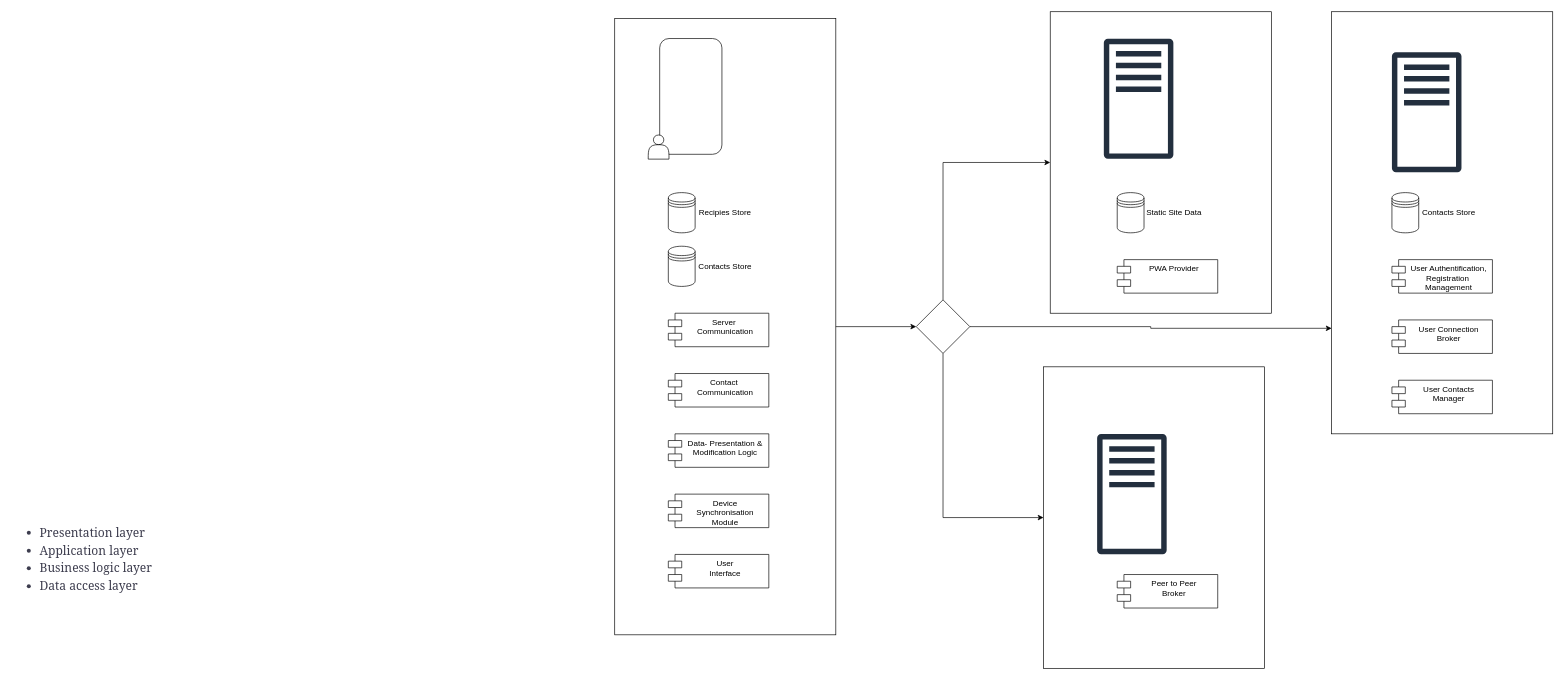
Above: page "V2" (2 of 4) of Artefakte/Systemarchitektur/PPSS21_Mai_Systemarchitektur.drawio in Inf166/design-concept-sharing-recipes (draw.io), before the change. Source tidied: cells renumbered, new cells numbered last; positions are measured from the earlier drawing's top-left corner, leaving out a move shared by most shapes. Both pictures are drawn from the tidied source at 67%, with x=0, y=0 at pixel (11, 11).
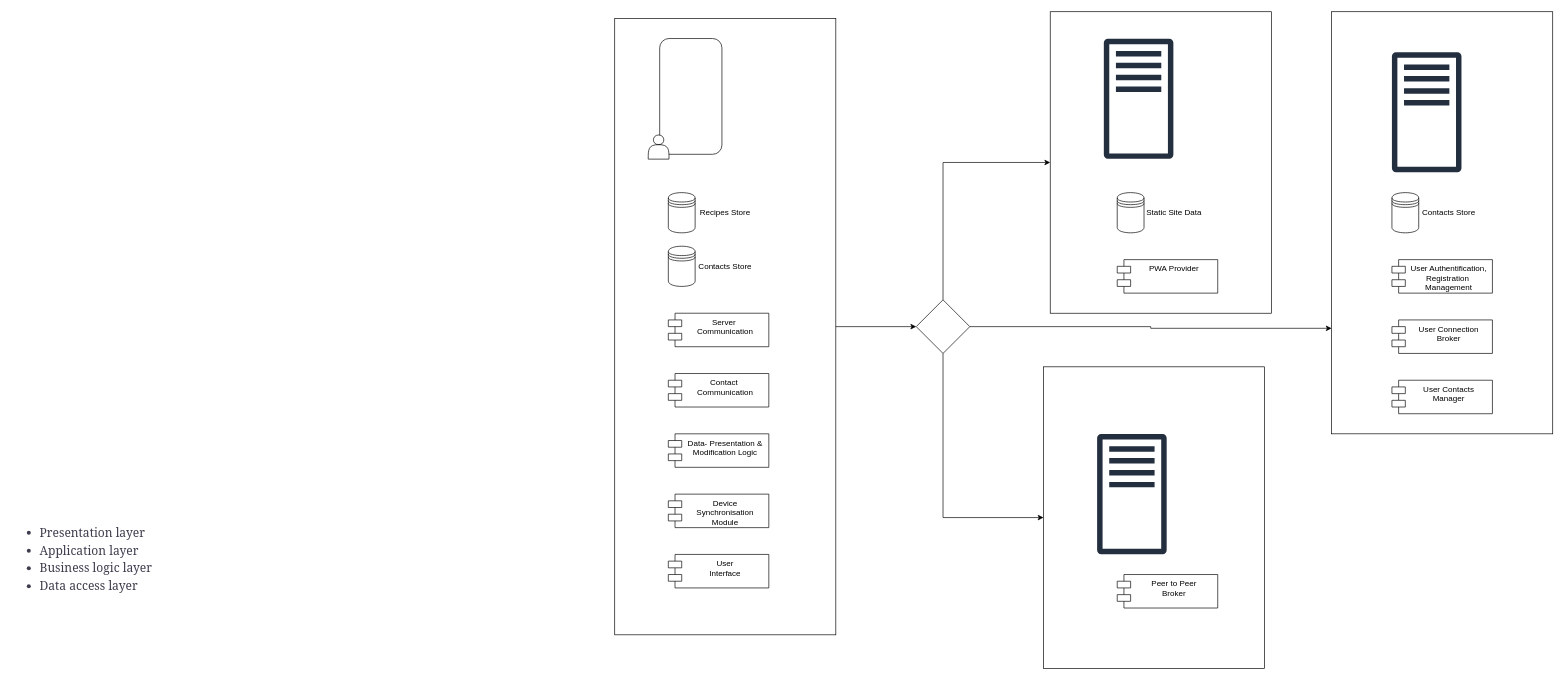
Above is the later version.

Unchanged cells that the change refers to:
```xml
<mxCell id="10" style="group;" parent="1" vertex="1">
  <mxGeometry x="980" y="270" width="130" height="60" as="geometry" />
</mxCell>
```

Diff of the diagram source:
```diff
@@
-    <mxCell id="12" value="Recipies Store" style="text;html=1;strokeColor=none;fillColor=none;align=center;verticalAlign=middle;whiteSpace=wrap;rounded=0;" parent="10" vertex="1">
+    <mxCell id="12" value="Recipes Store" style="text;html=1;strokeColor=none;fillColor=none;align=center;verticalAlign=middle;whiteSpace=wrap;rounded=0;" parent="10" vertex="1">
       <mxGeometry x="40" y="20" width="90" height="20" as="geometry" />
     </mxCell>
```
